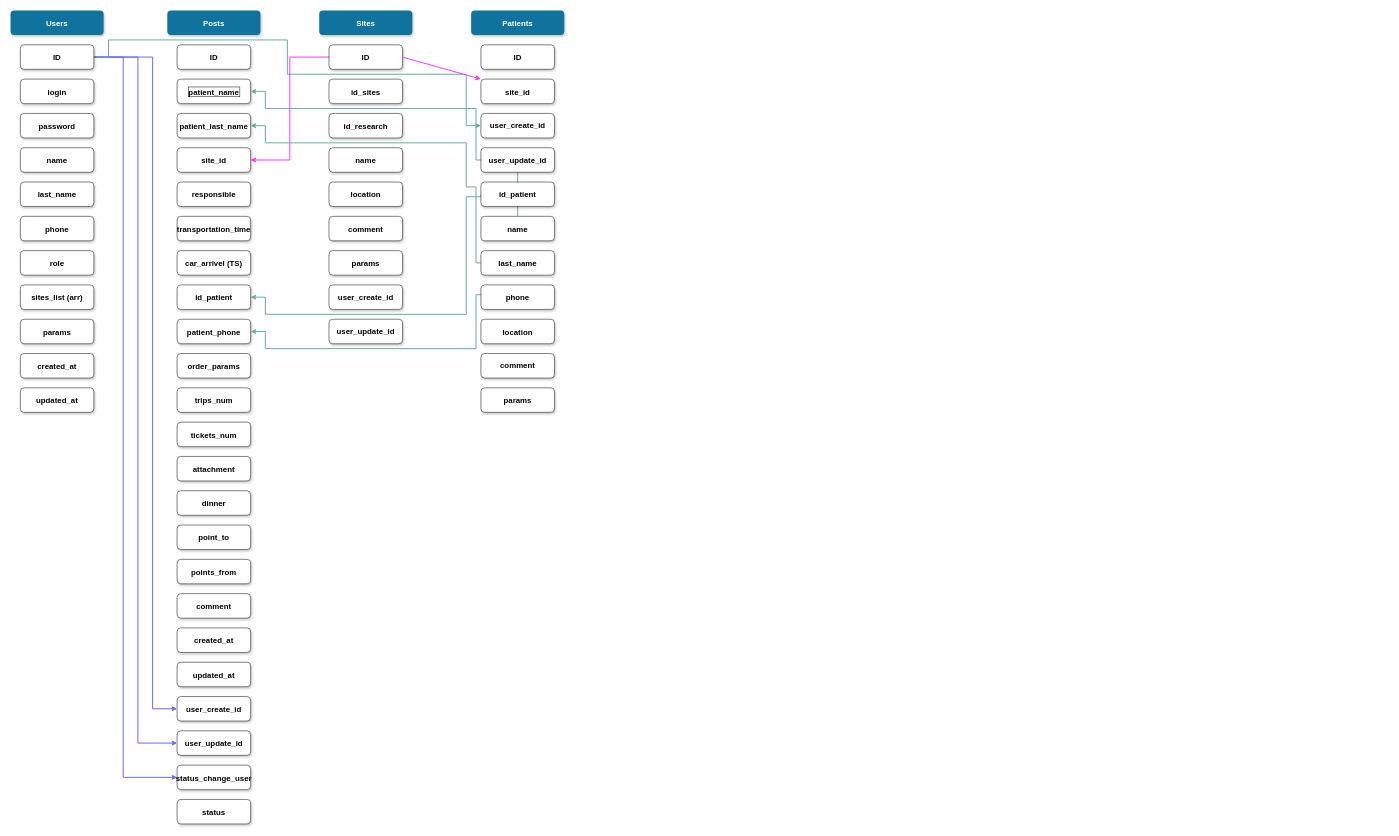
Above: DB Transfer medicore.drawio in alexdev5/js-vmpractice (draw.io), before the change. Source tidied: cells renumbered, new cells numbered last; positions are measured from the earlier drawing's top-left corner, leaving out a move shared by most shapes. Both pictures are drawn from the tidied source at 49%, with x=0, y=0 at pixel (10, 10).
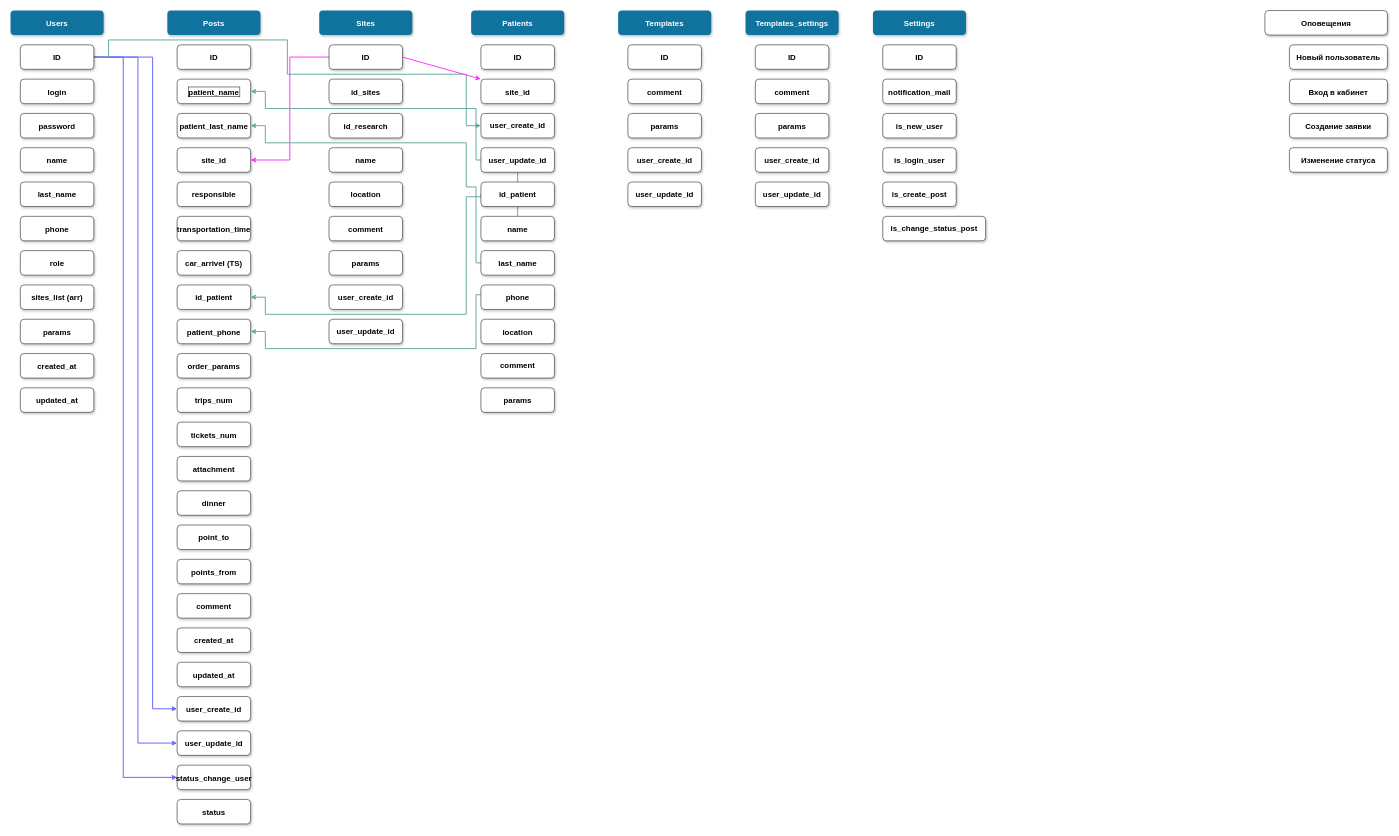
After the change.

What changed in the source:
```diff
@@
+    <mxCell id="70" value="Templates" style="rounded=1;fillColor=#10739E;strokeColor=none;shadow=1;gradientColor=none;fontStyle=1;fontColor=#FFFFFF;fontSize=16;spacing=2;" parent="1" vertex="1">
+      <mxGeometry x="1240" width="190" height="50" as="geometry" />
+    </mxCell>
+    <mxCell id="71" value="ID" style="rounded=1;shadow=1;gradientColor=none;fontStyle=1;fontSize=16;spacing=2;labelBackgroundColor=none;" parent="1" vertex="1">
+      <mxGeometry x="1260" y="70" width="150" height="50" as="geometry" />
+    </mxCell>
+    <mxCell id="72" value="comment" style="rounded=1;shadow=1;gradientColor=none;fontStyle=1;fontSize=16;spacing=2;labelBackgroundColor=none;" parent="1" vertex="1">
+      <mxGeometry x="1260" y="140" width="150" height="50" as="geometry" />
+    </mxCell>
+    <mxCell id="73" value="params" style="rounded=1;shadow=1;gradientColor=none;fontStyle=1;fontSize=16;spacing=2;labelBackgroundColor=none;" parent="1" vertex="1">
+      <mxGeometry x="1260" y="210" width="150" height="50" as="geometry" />
+    </mxCell>
+    <mxCell id="74" value="user_create_id" style="rounded=1;shadow=1;gradientColor=none;fontStyle=1;fontSize=16;spacing=2;labelBackgroundColor=none;whiteSpace=wrap;" parent="1" vertex="1">
+      <mxGeometry x="1260" y="280" width="150" height="50" as="geometry" />
+    </mxCell>
+    <mxCell id="75" value="user_update_id" style="rounded=1;shadow=1;gradientColor=none;fontStyle=1;fontSize=16;spacing=2;labelBackgroundColor=none;whiteSpace=wrap;" parent="1" vertex="1">
+      <mxGeometry x="1260" y="350" width="150" height="50" as="geometry" />
+    </mxCell>
+    <mxCell id="76" value="Оповещения" style="rounded=1;shadow=1;gradientColor=none;fontStyle=1;fontSize=16;spacing=2;labelBackgroundColor=none;" parent="1" vertex="1">
+      <mxGeometry x="2560" width="250" height="50" as="geometry" />
+    </mxCell>
+    <mxCell id="77" value="Новый пользователь" style="rounded=1;shadow=1;gradientColor=none;fontStyle=1;fontSize=16;spacing=2;labelBackgroundColor=none;" parent="1" vertex="1">
+      <mxGeometry x="2610" y="70" width="200" height="50" as="geometry" />
+    </mxCell>
+    <mxCell id="78" value="Изменение статуса" style="rounded=1;shadow=1;gradientColor=none;fontStyle=1;fontSize=16;spacing=2;labelBackgroundColor=none;" parent="1" vertex="1">
+      <mxGeometry x="2610" y="280" width="200" height="50" as="geometry" />
+    </mxCell>
+    <mxCell id="79" value="Вход в кабинет" style="rounded=1;shadow=1;gradientColor=none;fontStyle=1;fontSize=16;spacing=2;labelBackgroundColor=none;" parent="1" vertex="1">
+      <mxGeometry x="2610" y="140" width="200" height="50" as="geometry" />
+    </mxCell>
+    <mxCell id="80" value="Templates_settings" style="rounded=1;fillColor=#10739E;strokeColor=none;shadow=1;gradientColor=none;fontStyle=1;fontColor=#FFFFFF;fontSize=16;spacing=2;" parent="1" vertex="1">
+      <mxGeometry x="1500" width="190" height="50" as="geometry" />
+    </mxCell>
+    <mxCell id="81" value="ID" style="rounded=1;shadow=1;gradientColor=none;fontStyle=1;fontSize=16;spacing=2;labelBackgroundColor=none;" parent="1" vertex="1">
+      <mxGeometry x="1520" y="70" width="150" height="50" as="geometry" />
+    </mxCell>
+    <mxCell id="82" value="comment" style="rounded=1;shadow=1;gradientColor=none;fontStyle=1;fontSize=16;spacing=2;labelBackgroundColor=none;" parent="1" vertex="1">
+      <mxGeometry x="1520" y="140" width="150" height="50" as="geometry" />
+    </mxCell>
+    <mxCell id="83" value="params" style="rounded=1;shadow=1;gradientColor=none;fontStyle=1;fontSize=16;spacing=2;labelBackgroundColor=none;" parent="1" vertex="1">
+      <mxGeometry x="1520" y="210" width="150" height="50" as="geometry" />
+    </mxCell>
+    <mxCell id="84" value="user_create_id" style="rounded=1;shadow=1;gradientColor=none;fontStyle=1;fontSize=16;spacing=2;labelBackgroundColor=none;whiteSpace=wrap;" parent="1" vertex="1">
+      <mxGeometry x="1520" y="280" width="150" height="50" as="geometry" />
+    </mxCell>
+    <mxCell id="85" value="user_update_id" style="rounded=1;shadow=1;gradientColor=none;fontStyle=1;fontSize=16;spacing=2;labelBackgroundColor=none;whiteSpace=wrap;" parent="1" vertex="1">
+      <mxGeometry x="1520" y="350" width="150" height="50" as="geometry" />
+    </mxCell>
+    <mxCell id="86" value="Создание заявки" style="rounded=1;shadow=1;gradientColor=none;fontStyle=1;fontSize=16;spacing=2;labelBackgroundColor=none;" parent="1" vertex="1">
+      <mxGeometry x="2610" y="210" width="200" height="50" as="geometry" />
+    </mxCell>
+    <mxCell id="87" value="Settings" style="rounded=1;fillColor=#10739E;strokeColor=none;shadow=1;gradientColor=none;fontStyle=1;fontColor=#FFFFFF;fontSize=16;spacing=2;" parent="1" vertex="1">
+      <mxGeometry x="1760" width="190" height="50" as="geometry" />
+    </mxCell>
+    <mxCell id="88" value="ID" style="rounded=1;shadow=1;gradientColor=none;fontStyle=1;fontSize=16;spacing=2;labelBackgroundColor=none;" parent="1" vertex="1">
+      <mxGeometry x="1780" y="70" width="150" height="50" as="geometry" />
+    </mxCell>
+    <mxCell id="89" value="notification_mail" style="rounded=1;shadow=1;gradientColor=none;fontStyle=1;fontSize=16;spacing=2;labelBackgroundColor=none;" parent="1" vertex="1">
+      <mxGeometry x="1780" y="140" width="150" height="50" as="geometry" />
+    </mxCell>
+    <mxCell id="90" value="is_new_user" style="rounded=1;shadow=1;gradientColor=none;fontStyle=1;fontSize=16;spacing=2;labelBackgroundColor=none;" parent="1" vertex="1">
+      <mxGeometry x="1780" y="210" width="150" height="50" as="geometry" />
+    </mxCell>
+    <mxCell id="91" value="is_login_user" style="rounded=1;shadow=1;gradientColor=none;fontStyle=1;fontSize=16;spacing=2;labelBackgroundColor=none;whiteSpace=wrap;" parent="1" vertex="1">
+      <mxGeometry x="1780" y="280" width="150" height="50" as="geometry" />
+    </mxCell>
+    <mxCell id="92" value="is_create_post" style="rounded=1;shadow=1;gradientColor=none;fontStyle=1;fontSize=16;spacing=2;labelBackgroundColor=none;whiteSpace=wrap;" parent="1" vertex="1">
+      <mxGeometry x="1780" y="350" width="150" height="50" as="geometry" />
+    </mxCell>
+    <mxCell id="93" value="is_change_status_post" style="rounded=1;shadow=1;gradientColor=none;fontStyle=1;fontSize=16;spacing=2;labelBackgroundColor=none;whiteSpace=wrap;" parent="1" vertex="1">
+      <mxGeometry x="1780" y="420" width="210" height="50" as="geometry" />
+    </mxCell>
```
